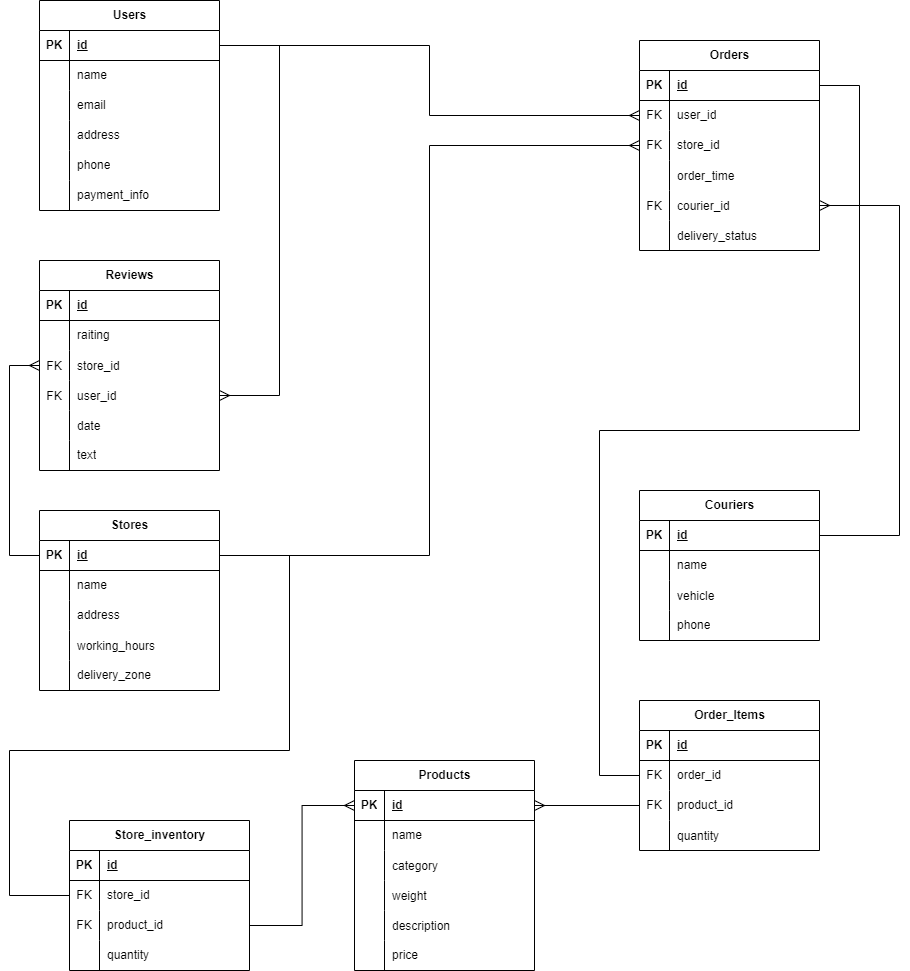
Earlier version of the draw.io export Логическая БД.png (Tovardas/TP_Highload_YandexEda). Source tidied: cells renumbered, new cells last; positions are measured from the earlier drawing's top-left corner, leaving out a move shared by most shapes.
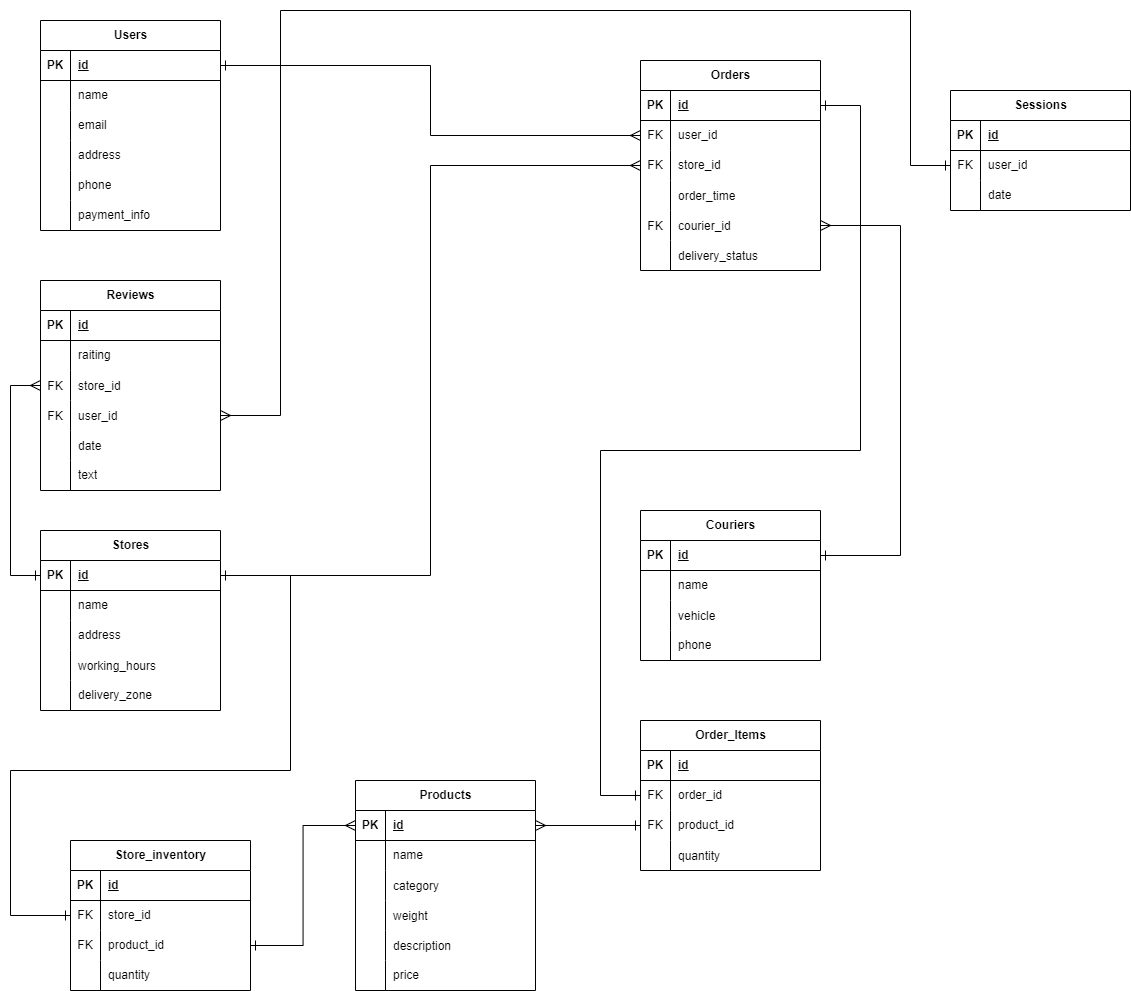
The same diagram one commit later.

Diff of the diagram source:
```diff
@@ -395,7 +395,7 @@
     <mxCell id="132" value="quantity" style="shape=partialRectangle;fillColor=none;top=0;left=0;bottom=0;right=0;align=left;spacingLeft=6;overflow=hidden;whiteSpace=wrap;html=1;" parent="130" vertex="1">
       <mxGeometry x="30" width="150" height="30" as="geometry" />
     </mxCell>
-    <mxCell id="133" style="edgeStyle=orthogonalEdgeStyle;rounded=0;jettySize=auto;html=1;fontSize=12;startSize=8;endSize=8;endArrow=ERmany;endFill=0;" parent="1" edge="1" source="76" target="69">
+    <mxCell id="133" style="edgeStyle=orthogonalEdgeStyle;rounded=0;jettySize=auto;html=1;fontSize=12;startSize=8;endSize=8;endArrow=ERmany;endFill=0;startArrow=ERone;startFill=0;" parent="1" edge="1" source="76" target="69">
       <mxGeometry relative="1" as="geometry">
         <Array as="points">
           <mxPoint x="890" y="535" />
@@ -417,7 +417,7 @@
         </Array>
       </mxGeometry>
     </mxCell>
-    <mxCell id="137" style="edgeStyle=orthogonalEdgeStyle;rounded=0;jettySize=auto;html=1;fontSize=12;startSize=8;endSize=8;endArrow=none;endFill=0;startArrow=ERmany;startFill=0;" parent="1" edge="1" source="95" target="22">
+    <mxCell id="137" style="edgeStyle=orthogonalEdgeStyle;rounded=0;jettySize=auto;html=1;fontSize=12;startSize=8;endSize=8;endArrow=ERone;endFill=0;startArrow=ERmany;startFill=0;" parent="1" edge="1" source="95" target="22">
       <mxGeometry relative="1" as="geometry">
         <Array as="points">
           <mxPoint y="365" />
@@ -425,10 +425,10 @@
         </Array>
       </mxGeometry>
     </mxCell>
-    <mxCell id="138" style="edgeStyle=orthogonalEdgeStyle;rounded=0;jettySize=auto;html=1;fontSize=12;startSize=8;endSize=8;endArrow=none;endFill=0;startArrow=ERmany;startFill=0;" parent="1" edge="1" source="38" target="127">
+    <mxCell id="138" style="edgeStyle=orthogonalEdgeStyle;rounded=0;jettySize=auto;html=1;fontSize=12;startSize=8;endSize=8;endArrow=ERone;endFill=0;startArrow=ERmany;startFill=0;" parent="1" edge="1" source="38" target="127">
       <mxGeometry relative="1" as="geometry" />
     </mxCell>
-    <mxCell id="139" style="edgeStyle=orthogonalEdgeStyle;rounded=0;jettySize=auto;html=1;fontSize=12;startSize=8;endSize=8;endArrow=none;endFill=0;" parent="1" edge="1" source="22" target="124">
+    <mxCell id="139" style="edgeStyle=orthogonalEdgeStyle;rounded=0;jettySize=auto;html=1;fontSize=12;startSize=8;endSize=8;endArrow=ERone;endFill=0;startArrow=ERone;startFill=0;" parent="1" edge="1" source="22" target="124">
       <mxGeometry relative="1" as="geometry">
         <Array as="points">
           <mxPoint x="280" y="555" />
@@ -438,7 +438,7 @@
         </Array>
       </mxGeometry>
     </mxCell>
-    <mxCell id="140" style="edgeStyle=orthogonalEdgeStyle;rounded=0;jettySize=auto;html=1;fontSize=12;startSize=8;endSize=8;endArrow=none;endFill=0;" parent="1" edge="1" source="111" target="57">
+    <mxCell id="140" style="edgeStyle=orthogonalEdgeStyle;rounded=0;jettySize=auto;html=1;fontSize=12;startSize=8;endSize=8;endArrow=ERone;endFill=0;startArrow=ERone;startFill=0;" parent="1" edge="1" source="111" target="57">
       <mxGeometry relative="1" as="geometry">
         <Array as="points">
           <mxPoint x="590" y="775" />
@@ -448,8 +448,48 @@
         </Array>
       </mxGeometry>
     </mxCell>
-    <mxCell id="141" style="edgeStyle=orthogonalEdgeStyle;rounded=0;jettySize=auto;html=1;fontSize=12;startSize=8;endSize=8;endArrow=ERmany;endFill=0;" parent="1" edge="1" source="114" target="38">
+    <mxCell id="141" style="edgeStyle=orthogonalEdgeStyle;rounded=0;jettySize=auto;html=1;fontSize=12;startSize=8;endSize=8;endArrow=ERmany;endFill=0;startArrow=ERone;startFill=0;" parent="1" edge="1" source="114" target="38">
       <mxGeometry relative="1" as="geometry" />
     </mxCell>
+    <mxCell id="142" value="Sessions" style="shape=table;startSize=30;rowLines=0;fontStyle=1;align=center;html=1;" parent="1" vertex="1">
+      <mxGeometry x="940" y="70" width="180" height="120" as="geometry" />
+    </mxCell>
+    <mxCell id="143" style="shape=tableRow;horizontal=0;startSize=0;swimlaneHead=0;swimlaneBody=0;fillColor=none;top=0;left=0;right=0;bottom=1;" parent="142" vertex="1">
+      <mxGeometry y="30" width="180" height="30" as="geometry" />
+    </mxCell>
+    <mxCell id="144" value="PK" style="shape=partialRectangle;fillColor=none;top=0;left=0;bottom=0;right=0;fontStyle=1;overflow=hidden;whiteSpace=wrap;html=1;" parent="143" vertex="1">
+      <mxGeometry width="30" height="30" as="geometry" />
+    </mxCell>
+    <mxCell id="145" value="id" style="shape=partialRectangle;fillColor=none;top=0;left=0;bottom=0;right=0;align=left;spacingLeft=6;fontStyle=5;overflow=hidden;whiteSpace=wrap;html=1;" parent="143" vertex="1">
+      <mxGeometry x="30" width="150" height="30" as="geometry" />
+    </mxCell>
+    <mxCell id="146" style="shape=tableRow;horizontal=0;startSize=0;swimlaneHead=0;swimlaneBody=0;fillColor=none;points=[[0,0.5],[1,0.5]];portConstraint=eastwest;top=0;left=0;right=0;bottom=0;" parent="142" vertex="1">
+      <mxGeometry y="60" width="180" height="30" as="geometry" />
+    </mxCell>
+    <mxCell id="147" value="FK" style="shape=partialRectangle;fillColor=none;top=0;left=0;bottom=0;right=0;overflow=hidden;whiteSpace=wrap;html=1;" parent="146" vertex="1">
+      <mxGeometry width="30" height="30" as="geometry" />
+    </mxCell>
+    <mxCell id="148" value="user_id" style="shape=partialRectangle;fillColor=none;top=0;left=0;bottom=0;right=0;align=left;spacingLeft=6;overflow=hidden;whiteSpace=wrap;html=1;" parent="146" vertex="1">
+      <mxGeometry x="30" width="150" height="30" as="geometry" />
+    </mxCell>
+    <mxCell id="149" style="shape=tableRow;horizontal=0;startSize=0;swimlaneHead=0;swimlaneBody=0;fillColor=none;top=0;left=0;right=0;bottom=0;" parent="142" vertex="1">
+      <mxGeometry y="90" width="180" height="30" as="geometry" />
+    </mxCell>
+    <mxCell id="150" style="shape=partialRectangle;fillColor=none;top=0;left=0;bottom=0;right=0;overflow=hidden;whiteSpace=wrap;html=1;" parent="149" vertex="1">
+      <mxGeometry width="30" height="30" as="geometry" />
+    </mxCell>
+    <mxCell id="151" value="date" style="shape=partialRectangle;fillColor=none;top=0;left=0;bottom=0;right=0;align=left;spacingLeft=6;overflow=hidden;whiteSpace=wrap;html=1;" parent="149" vertex="1">
+      <mxGeometry x="30" width="150" height="30" as="geometry" />
+    </mxCell>
+    <mxCell id="152" style="edgeStyle=orthogonalEdgeStyle;rounded=0;jettySize=auto;html=1;fontSize=12;startSize=8;endSize=8;endArrow=ERone;endFill=0;startArrow=ERone;startFill=0;" parent="1" edge="1" source="146" target="3">
+      <mxGeometry relative="1" as="geometry">
+        <Array as="points">
+          <mxPoint x="900" y="145" />
+          <mxPoint x="900" y="-10" />
+          <mxPoint x="270" y="-10" />
+          <mxPoint x="270" y="45" />
+        </Array>
+      </mxGeometry>
+    </mxCell>
   </root>
 </mxGraphModel>
```
